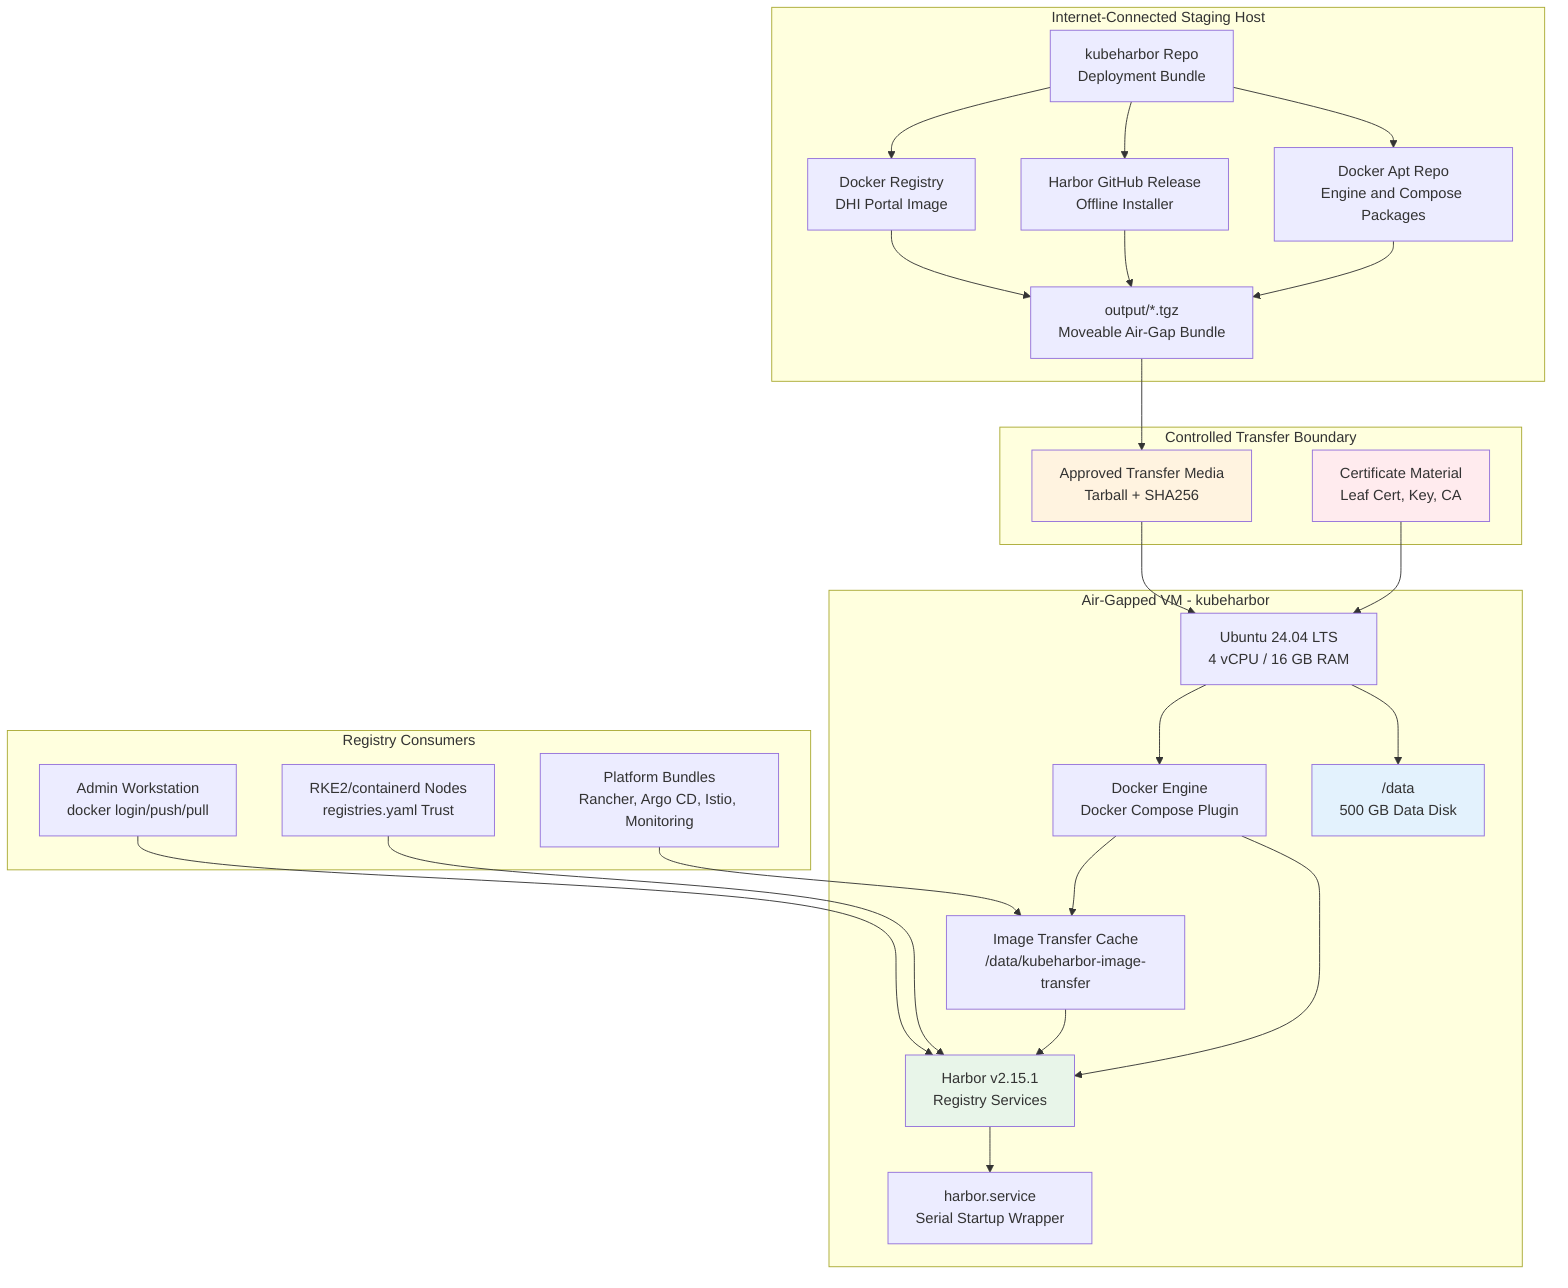
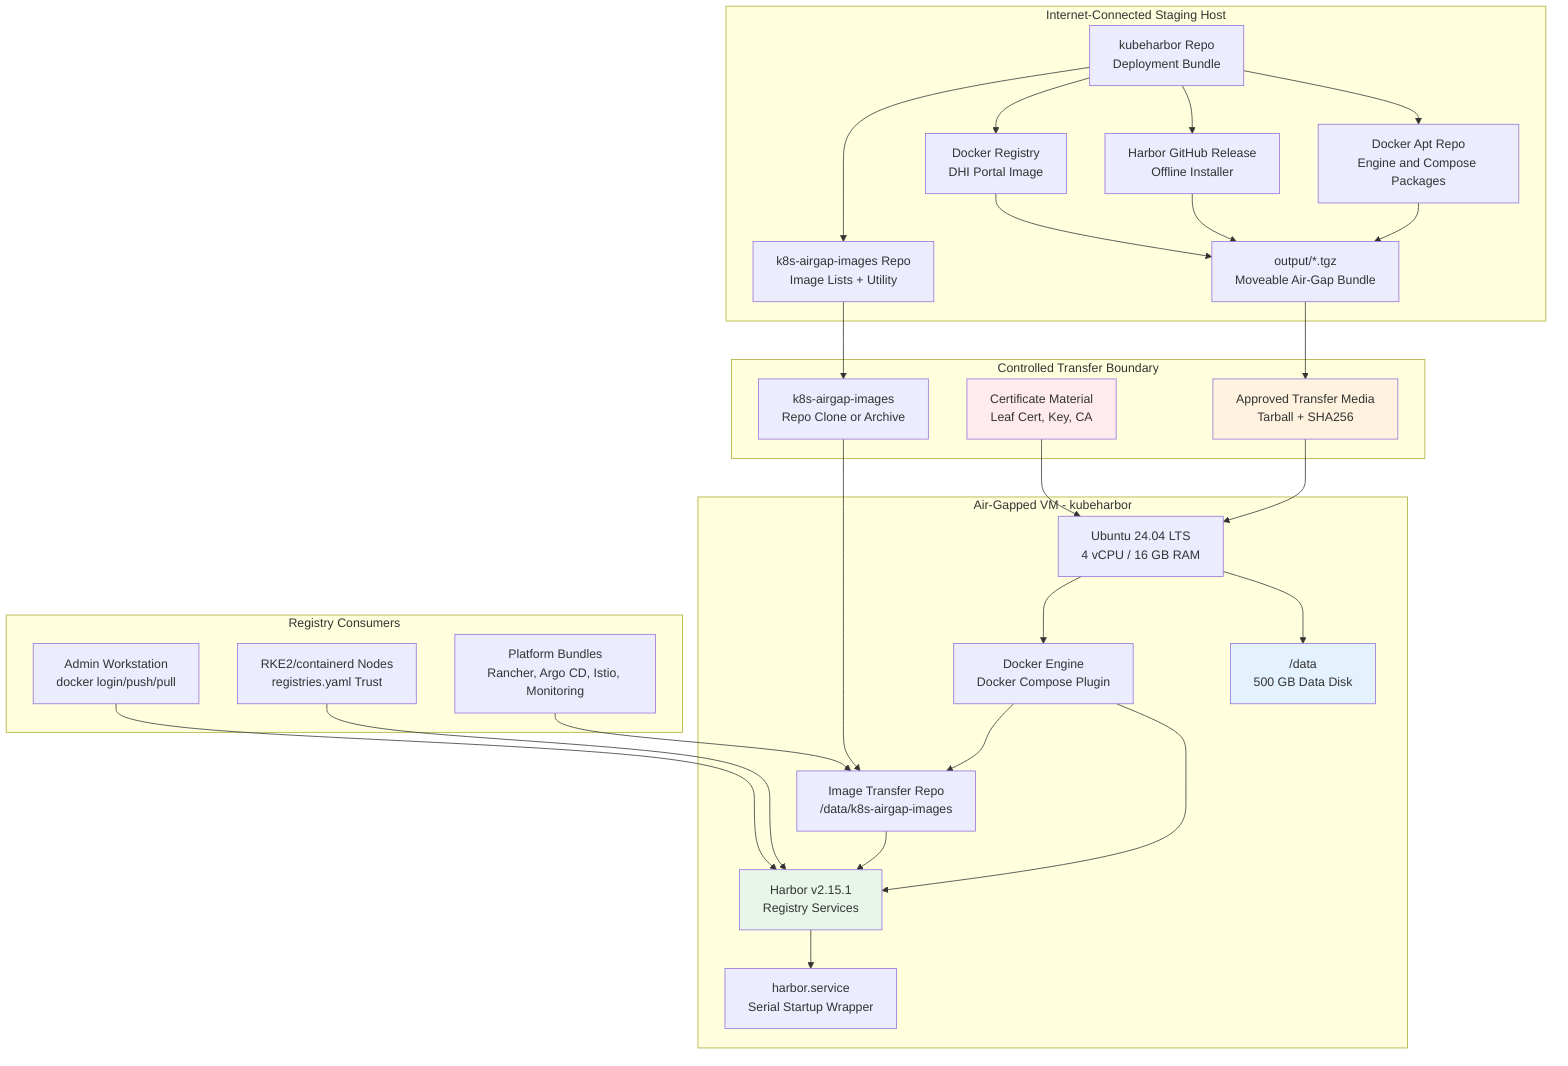
flowchart TB
    subgraph cluster_1_Staging["Internet-Connected Staging Host"]
        StageRepo["kubeharbor Repo<br/>Deployment Bundle"]
        DockerRepo["Docker Apt Repo<br/>Engine and Compose Packages"]
        HarborRelease["Harbor GitHub Release<br/>Offline Installer"]
        DHIRegistry["Docker Registry<br/>DHI Portal Image"]
+         K8sImagesRepo["k8s-airgap-images Repo<br/>Image Lists + Utility"]
        StageOutput["output/*.tgz<br/>Moveable Air-Gap Bundle"]
    end

    subgraph cluster_2_Transfer["Controlled Transfer Boundary"]
        Media["Approved Transfer Media<br/>Tarball + SHA256"]
        CertInput["Certificate Material<br/>Leaf Cert, Key, CA"]
+         K8sImagesArchive["k8s-airgap-images<br/>Repo Clone or Archive"]
    end

    subgraph cluster_3_AirGap["Air-Gapped VM - kubeharbor"]
        Ubuntu["Ubuntu 24.04 LTS<br/>4 vCPU / 16 GB RAM"]
        DataDisk["/data<br/>500 GB Data Disk"]
        DockerEngine["Docker Engine<br/>Docker Compose Plugin"]
        Harbor["Harbor v2.15.1<br/>Registry Services"]
        Systemd["harbor.service<br/>Serial Startup Wrapper"]
-         ImageTransfer["Image Transfer Cache<br/>/data/kubeharbor-image-transfer"]
+         ImageTransfer["Image Transfer Repo<br/>/data/k8s-airgap-images"]
    end

    subgraph cluster_4_Consumers["Registry Consumers"]
        AdminClient["Admin Workstation<br/>docker login/push/pull"]
        RKE2Nodes["RKE2/containerd Nodes<br/>registries.yaml Trust"]
        PlatformBundles["Platform Bundles<br/>Rancher, Argo CD, Istio, Monitoring"]
    end

    StageRepo --> DockerRepo
    StageRepo --> HarborRelease
    StageRepo --> DHIRegistry
+     StageRepo --> K8sImagesRepo
    DockerRepo --> StageOutput
    HarborRelease --> StageOutput
    DHIRegistry --> StageOutput
+     K8sImagesRepo --> K8sImagesArchive
    StageOutput --> Media
    Media --> Ubuntu
    CertInput --> Ubuntu
+     K8sImagesArchive --> ImageTransfer
    Ubuntu --> DataDisk
    Ubuntu --> DockerEngine
    DockerEngine --> Harbor
    Harbor --> Systemd
    DockerEngine --> ImageTransfer
    AdminClient --> Harbor
    RKE2Nodes --> Harbor
    PlatformBundles --> ImageTransfer
    ImageTransfer --> Harbor

    style Harbor fill:#e8f5e9
    style DataDisk fill:#e3f2fd
    style Media fill:#fff3e0
    style CertInput fill:#ffebee
